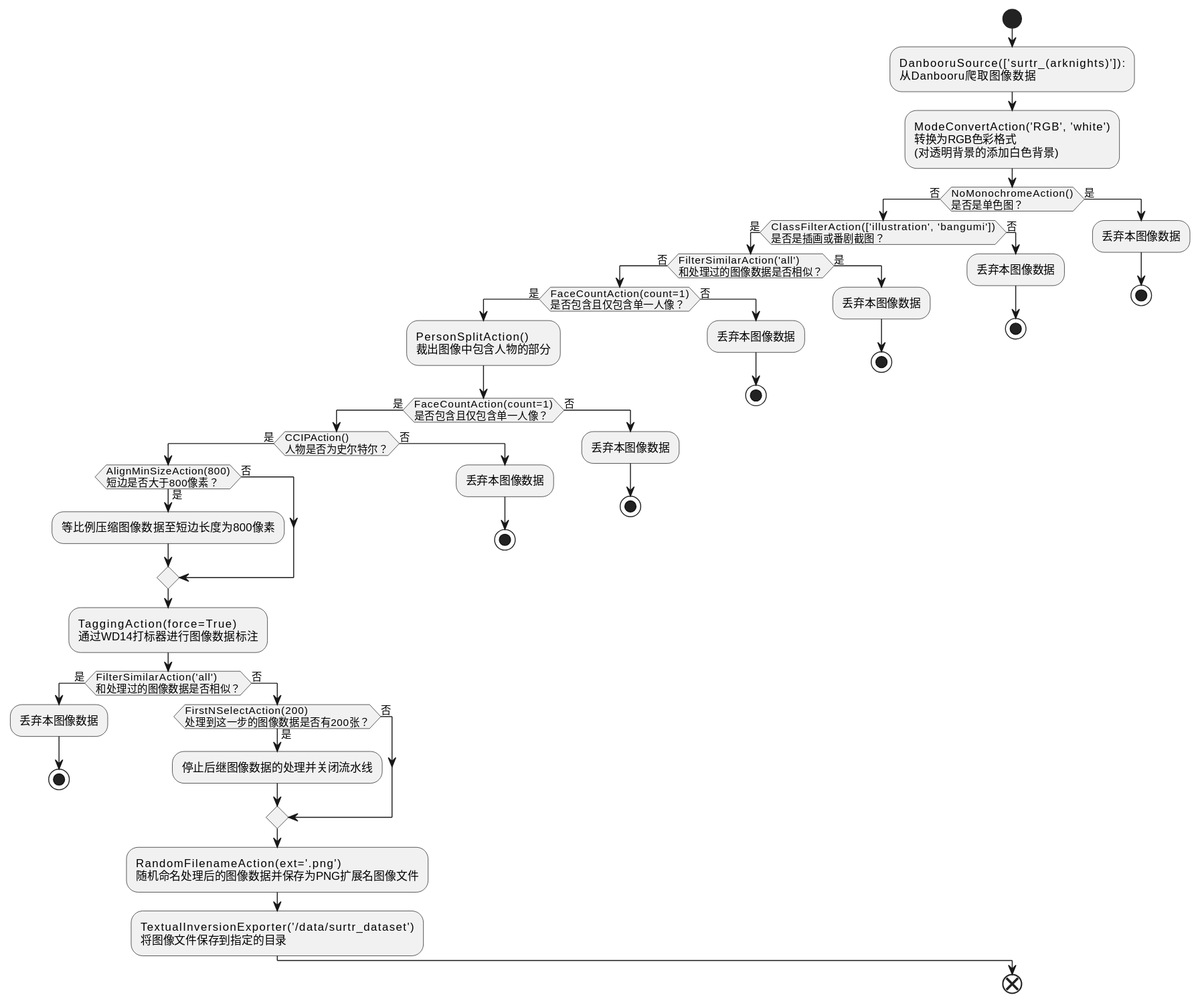
Earlier version of the PlantUML export main/_images/sample_workflow.puml.svg (deepghs/waifuc).
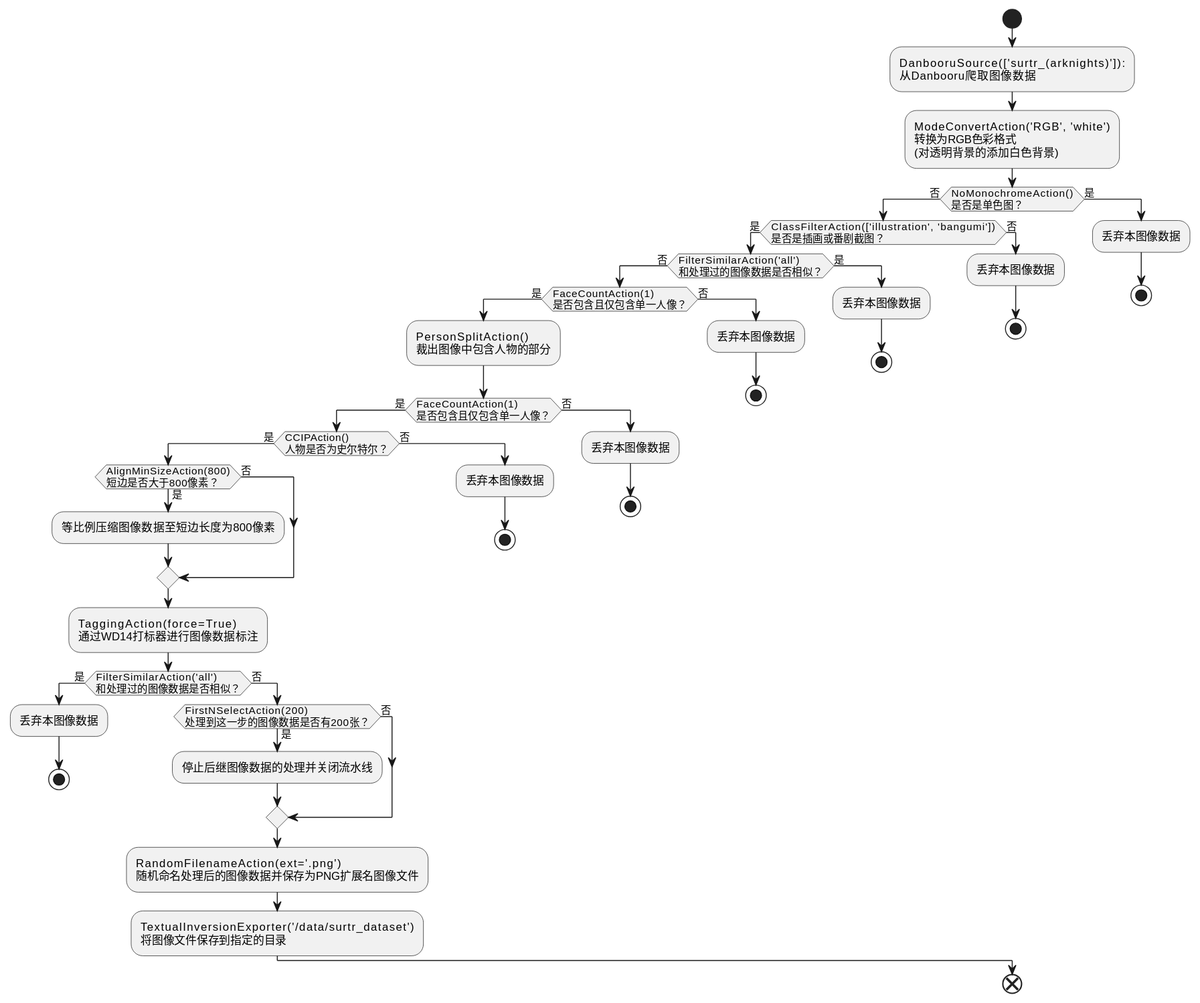
Later version of the same file.

What changed in the source:
```diff
@@ -6,9 +6,9 @@
 if (NoMonochromeAction()\n是否是单色图？) then (否)
   if (ClassFilterAction(['illustration', 'bangumi'])\n是否是插画或番剧截图？) then (是)
     if (FilterSimilarAction('all')\n和处理过的图像数据是否相似？) then (否)
-      if (FaceCountAction(count=1)\n是否包含且仅包含单一人像？) then (是)
+      if (FaceCountAction(1)\n是否包含且仅包含单一人像？) then (是)
         :PersonSplitAction()\n裁出图像中包含人物的部分;
-        if (FaceCountAction(count=1)\n是否包含且仅包含单一人像？) then (是)
+        if (FaceCountAction(1)\n是否包含且仅包含单一人像？) then (是)
           if (CCIPAction()\n人物是否为史尔特尔？) then (是)
             if (AlignMinSizeAction(800)\n短边是否大于800像素？) then (是)
               :等比例压缩图像数据至短边长度为800像素;
```
